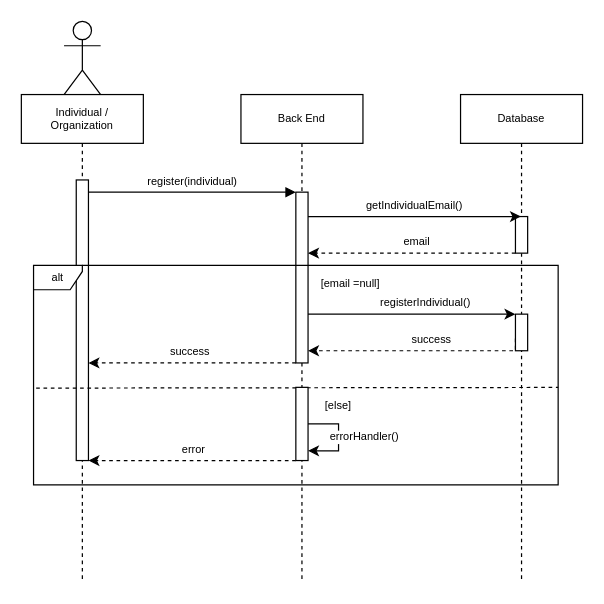
The draw.io diagram page "Register Account" (1 of 5) of diagram/Untitled Diagram.drawio in SeeN-Zero/foundlunteer-diagram, before the edit. Source tidied: cells renumbered, new cells numbered last; positions are measured from the earlier drawing's top-left corner, leaving out a move shared by most shapes. Both pictures are drawn from the tidied source at 122%, with x=0, y=0 at pixel (21, 21).
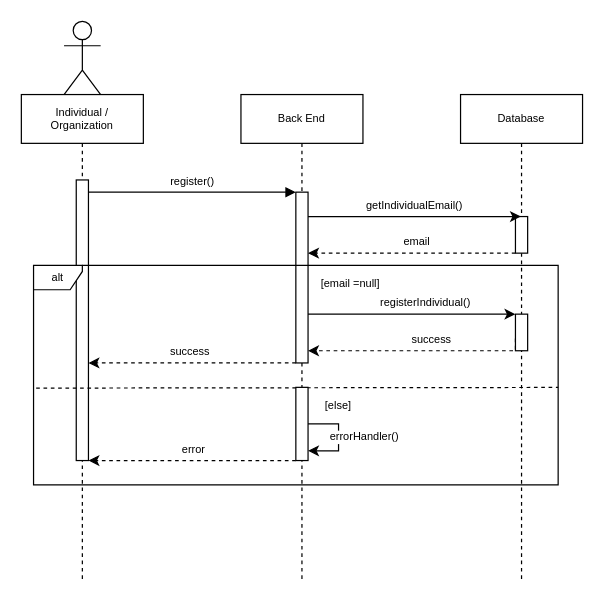
The same diagram, later.

The change refers to these unchanged cells:
```xml
<mxCell id="3" style="html=1;points=[];perimeter=orthogonalPerimeter;outlineConnect=0;targetShapes=umlLifeline;portConstraint=eastwest;newEdgeStyle={&quot;edgeStyle&quot;:&quot;elbowEdgeStyle&quot;,&quot;elbow&quot;:&quot;vertical&quot;,&quot;curved&quot;:0,&quot;rounded&quot;:0};fontSize=9;" parent="2" vertex="1">
  <mxGeometry x="45" y="70" width="10" height="230" as="geometry" />
</mxCell>
<mxCell id="5" style="html=1;points=[];perimeter=orthogonalPerimeter;outlineConnect=0;targetShapes=umlLifeline;portConstraint=eastwest;newEdgeStyle={&quot;edgeStyle&quot;:&quot;elbowEdgeStyle&quot;,&quot;elbow&quot;:&quot;vertical&quot;,&quot;curved&quot;:0,&quot;rounded&quot;:0};fontSize=9;" parent="4" vertex="1">
  <mxGeometry x="45" y="80" width="10" height="140" as="geometry" />
</mxCell>
```

The edit, as a diff of the source:
```diff
@@
-    <mxCell id="6" value="register(individual)" style="html=1;verticalAlign=bottom;endArrow=block;edgeStyle=elbowEdgeStyle;elbow=vertical;curved=0;rounded=0;fontSize=9;" parent="1" edge="1" source="3" target="5">
+    <mxCell id="6" value="register()" style="html=1;verticalAlign=bottom;endArrow=block;edgeStyle=elbowEdgeStyle;elbow=vertical;curved=0;rounded=0;fontSize=9;" parent="1" edge="1" source="3" target="5">
       <mxGeometry relative="1" as="geometry">
         <Array as="points">
           <mxPoint x="140" y="140" />
         </Array>
       </mxGeometry>
     </mxCell>
```
